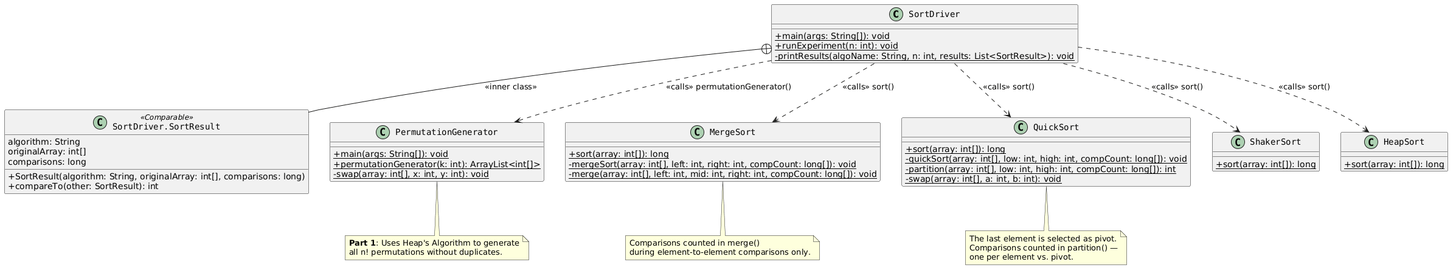
Before: docs/SortDriver UML.png, a diagram exported from PlantUML (acbran/SLCC_CS2430_Proj2). Its diagram source:
```plantuml
@startuml
skinparam classAttributeIconSize 0
skinparam classFontSize 14
skinparam classFontName Monospaced

class SortDriver {
    + {static} main(args: String[]): void
    + {static} runExperiment(n: int): void
    - {static} printResults(algoName: String, n: int, results: List<SortResult>): void
}

class "SortDriver.SortResult" as SortResult <<Comparable>> {
    algorithm: String
    originalArray: int[]
    comparisons: long
    + SortResult(algorithm: String, originalArray: int[], comparisons: long)
    + compareTo(other: SortResult): int
}

class PermutationGenerator {
    + {static} main(args: String[]): void
    + {static} permutationGenerator(k: int): ArrayList<int[]>
    - {static} swap(array: int[], x: int, y: int): void
}

class MergeSort {
    + {static} sort(array: int[]): long
    - {static} mergeSort(array: int[], left: int, right: int, compCount: long[]): void
    - {static} merge(array: int[], left: int, mid: int, right: int, compCount: long[]): void
}

class QuickSort {
    + {static} sort(array: int[]): long
    - {static} quickSort(array: int[], low: int, high: int, compCount: long[]): void
    - {static} partition(array: int[], low: int, high: int, compCount: long[]): int
    - {static} swap(array: int[], a: int, b: int): void
}

class ShakerSort {
    + {static} sort(array: int[]): long
}

class HeapSort {
    + {static} sort(array: int[]): long
}

SortDriver +-- SortResult : <<inner class>>

SortDriver ..> PermutationGenerator : <<calls>> permutationGenerator()
SortDriver ..> MergeSort   : <<calls>> sort()
SortDriver ..> QuickSort   : <<calls>> sort()
SortDriver ..> ShakerSort  : <<calls>> sort()
SortDriver ..> HeapSort    : <<calls>> sort()

note bottom of PermutationGenerator
  **Part 1**: Uses Heap's Algorithm to generate
  all n! permutations without duplicates.
end note

note bottom of MergeSort
  Comparisons counted in merge()
  during element-to-element comparisons only.
end note

note bottom of QuickSort
  The last element is selected as pivot.
  Comparisons counted in partition() —
  one per element vs. pivot.
end note
@enduml
```
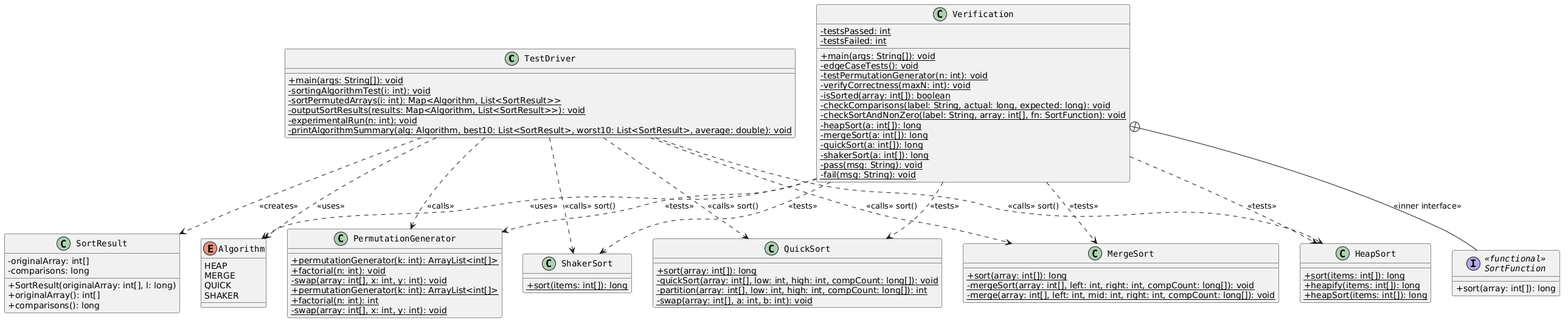
After the commit.

Commit message:
updated UML to reflect all of new classes and methods

The edit, as a diff of the source:
```diff
@@ -3,24 +3,70 @@
 skinparam classFontSize 14
 skinparam classFontName Monospaced
 
-class SortDriver {
+class TestDriver {
     + {static} main(args: String[]): void
-    + {static} runExperiment(n: int): void
-    - {static} printResults(algoName: String, n: int, results: List<SortResult>): void
+    - {static} sortingAlgorithmTest(i: int): void
+    - {static} sortPermutedArrays(i: int): Map<Algorithm, List<SortResult>>
+    - {static} outputSortResults(results: Map<Algorithm, List<SortResult>>): void
+    - {static} experimentalRun(n: int): void
+    - {static} printAlgorithmSummary(alg: Algorithm, best10: List<SortResult>, worst10: List<SortResult>, average: double): void
 }
 
-class "SortDriver.SortResult" as SortResult <<Comparable>> {
-    algorithm: String
-    originalArray: int[]
-    comparisons: long
-    + SortResult(algorithm: String, originalArray: int[], comparisons: long)
-    + compareTo(other: SortResult): int
+class Verification {
+    - {static} testsPassed: int
+    - {static} testsFailed: int
+    + {static} main(args: String[]): void
+    - {static} edgeCaseTests(): void
+    - {static} testPermutationGenerator(n: int): void
+    - {static} verifyCorrectness(maxN: int): void
+    - {static} isSorted(array: int[]): boolean
+    - {static} checkComparisons(label: String, actual: long, expected: long): void
+    - {static} checkSortAndNonZero(label: String, array: int[], fn: SortFunction): void
+    - {static} heapSort(a: int[]): long
+    - {static} mergeSort(a: int[]): long
+    - {static} quickSort(a: int[]): long
+    - {static} shakerSort(a: int[]): long
+    - {static} pass(msg: String): void
+    - {static} fail(msg: String): void
+}
+
+interface "<<functional>>\nSortFunction" as SortFunction {
+    + sort(array: int[]): long
+}
+
+Verification +-- SortFunction : <<inner interface>>
+
+enum Algorithm {
+    HEAP
+    MERGE
+    QUICK
+    SHAKER
+}
+
+class SortResult {
+    - originalArray: int[]
+    - comparisons: long
+    + SortResult(originalArray: int[], l: long)
+    + originalArray(): int[]
+    + comparisons(): long
 }
 
 class PermutationGenerator {
-    + {static} main(args: String[]): void
     + {static} permutationGenerator(k: int): ArrayList<int[]>
+    + {static} factorial(n: int): void
     - {static} swap(array: int[], x: int, y: int): void
+}
+
+class PermutationGenerator {
+    + {static} permutationGenerator(k: int): ArrayList<int[]>
+    + {static} factorial(n: int): int
+    - {static} swap(array: int[], x: int, y: int): void
+}
+
+class HeapSort {
+    + {static} sort(items: int[]): long
+    + {static} heapify(items: int[]): long
+    + {static} heapSort(items: int[]): long
 }
 
 class MergeSort {
@@ -37,34 +83,21 @@
 }
 
 class ShakerSort {
-    + {static} sort(array: int[]): long
+    + {static} sort(items: int[]): long
 }
 
-class HeapSort {
-    + {static} sort(array: int[]): long
-}
+TestDriver ..> PermutationGenerator : <<calls>>
+TestDriver ..> Algorithm            : <<uses>>
+TestDriver ..> SortResult           : <<creates>>
+TestDriver ..> HeapSort             : <<calls>> sort()
+TestDriver ..> MergeSort            : <<calls>> sort()
+TestDriver ..> QuickSort            : <<calls>> sort()
+TestDriver ..> ShakerSort           : <<calls>> sort()
 
-SortDriver +-- SortResult : <<inner class>>
-
-SortDriver ..> PermutationGenerator : <<calls>> permutationGenerator()
-SortDriver ..> MergeSort   : <<calls>> sort()
-SortDriver ..> QuickSort   : <<calls>> sort()
-SortDriver ..> ShakerSort  : <<calls>> sort()
-SortDriver ..> HeapSort    : <<calls>> sort()
-
-note bottom of PermutationGenerator
-  **Part 1**: Uses Heap's Algorithm to generate
-  all n! permutations without duplicates.
-end note
-
-note bottom of MergeSort
-  Comparisons counted in merge()
-  during element-to-element comparisons only.
-end note
-
-note bottom of QuickSort
-  The last element is selected as pivot.
-  Comparisons counted in partition() —
-  one per element vs. pivot.
-end note
+Verification ..> PermutationGenerator : <<tests>>
+Verification ..> Algorithm            : <<uses>>
+Verification ..> HeapSort             : <<tests>>
+Verification ..> MergeSort            : <<tests>>
+Verification ..> QuickSort            : <<tests>>
+Verification ..> ShakerSort           : <<tests>>
 @enduml
```
